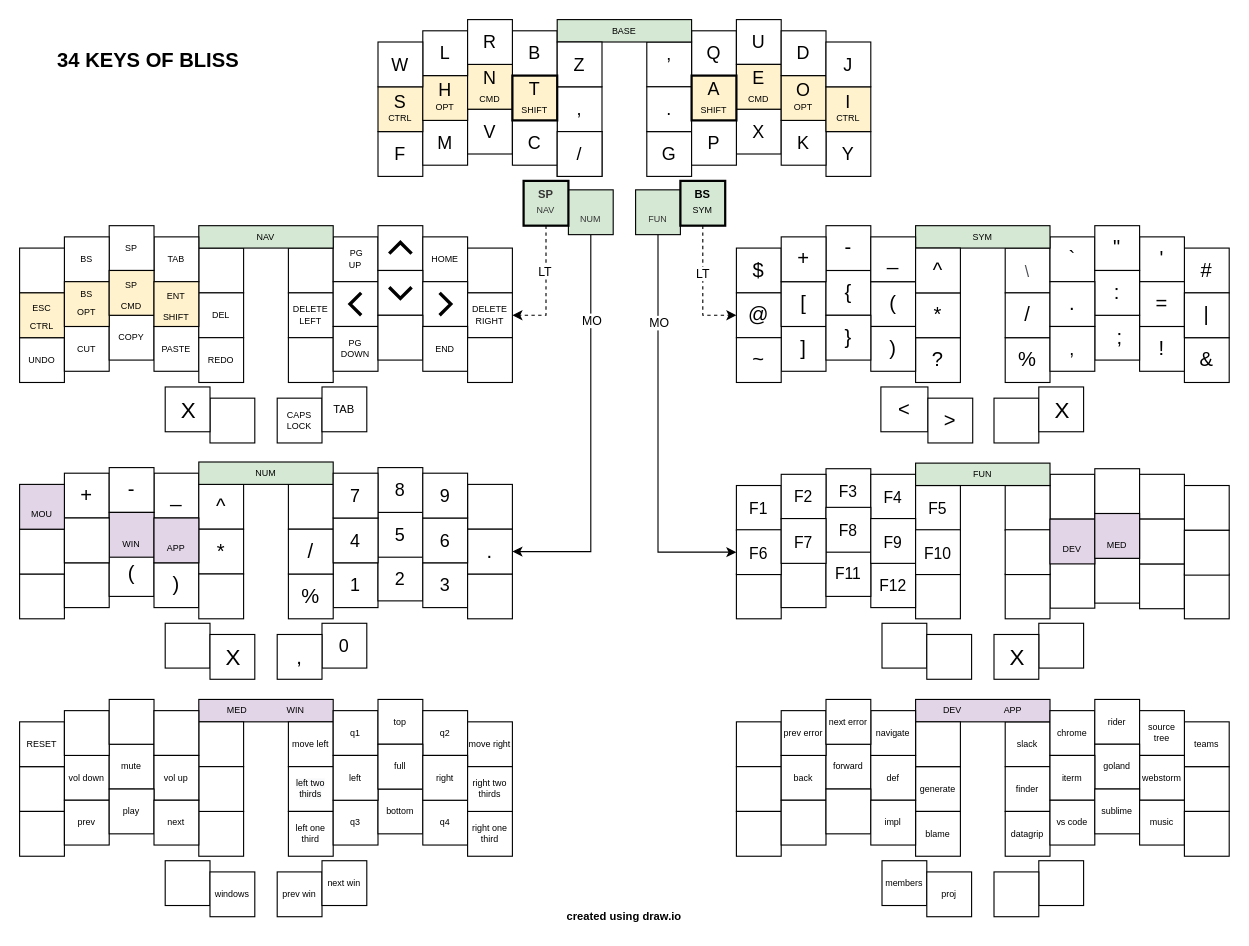
Earlier version of the draw.io diagram Layout.drawio (LaurensVanAcker/FerrisLayout). Source tidied: cells renumbered, new cells numbered last; positions are measured from the earlier drawing's top-left corner, leaving out a move shared by most shapes. Both pictures are drawn from the tidied source at 112%, with x=0, y=0 at pixel (19, 19).
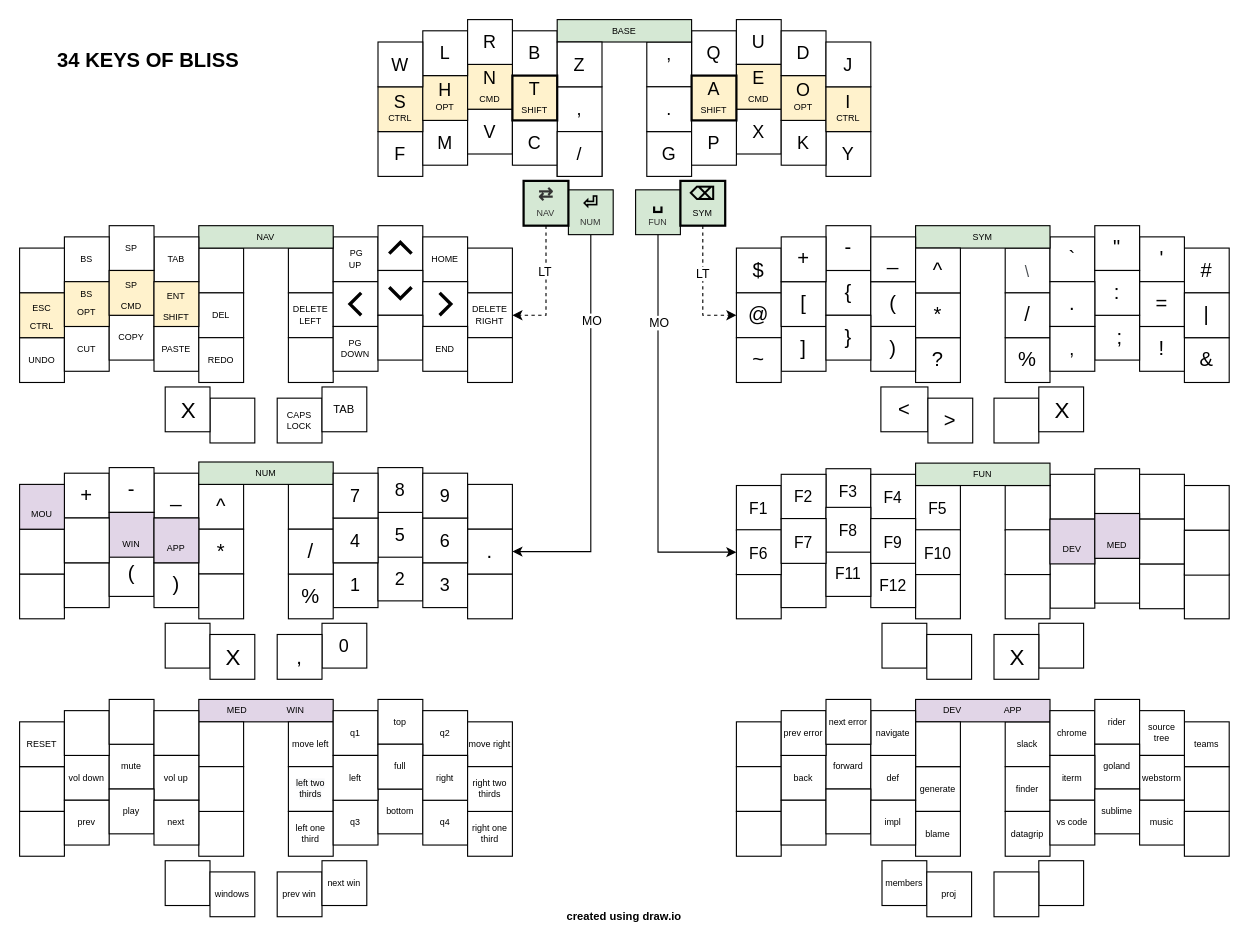
The same diagram, later.

Change to the diagram source:
```diff
@@
-    <mxCell id="245" value="&lt;span style=&quot;color: rgb(51 , 51 , 51)&quot;&gt;&lt;span style=&quot;font-size: 10px&quot;&gt;&amp;nbsp;&lt;/span&gt;&lt;br&gt;&lt;span style=&quot;font-weight: normal ; line-height: 200%&quot;&gt;NUM&lt;/span&gt;&lt;br&gt;&lt;/span&gt;" style="rounded=0;whiteSpace=wrap;html=1;fontSize=8;fillColor=#d5e8d4;fontStyle=1;shadow=0;sketch=0;strokeWidth=1;" parent="1" vertex="1">
+    <mxCell id="245" value="&lt;font style=&quot;font-size: 16px&quot;&gt;&lt;span&gt;⏎&lt;/span&gt;&lt;/font&gt;&lt;span style=&quot;color: rgb(51 , 51 , 51)&quot;&gt;&lt;span style=&quot;font-size: 10px&quot;&gt; &lt;/span&gt;&lt;br&gt;&lt;span style=&quot;font-weight: normal ; line-height: 200%&quot;&gt;NUM&lt;/span&gt;&lt;br&gt;&lt;/span&gt;" style="rounded=0;whiteSpace=wrap;html=1;fontSize=8;fillColor=#d5e8d4;fontStyle=1;shadow=0;sketch=0;strokeWidth=1;" parent="1" vertex="1">
       <mxGeometry x="490" y="152" width="40" height="40" as="geometry" />
     </mxCell>
@@
-    <mxCell id="248" value="&lt;span style=&quot;color: rgb(51 , 51 , 51)&quot;&gt;&lt;span style=&quot;font-size: 10px&quot;&gt;&amp;nbsp;&lt;/span&gt;&lt;br&gt;&lt;span style=&quot;font-weight: normal ; line-height: 200%&quot;&gt;FUN&lt;/span&gt;&lt;br&gt;&lt;/span&gt;" style="rounded=0;whiteSpace=wrap;html=1;fontSize=8;fillColor=#d5e8d4;fontStyle=1;shadow=0;sketch=0;strokeWidth=1;" parent="1" vertex="1">
+    <mxCell id="248" value="&lt;font style=&quot;font-size: 16px&quot;&gt;␣&lt;/font&gt;&lt;span style=&quot;color: rgb(51 , 51 , 51)&quot;&gt;&lt;span style=&quot;font-size: 10px&quot;&gt; &lt;/span&gt;&lt;br&gt;&lt;span style=&quot;font-weight: normal ; line-height: 200%&quot;&gt;FUN&lt;/span&gt;&lt;br&gt;&lt;/span&gt;" style="rounded=0;whiteSpace=wrap;html=1;fontSize=8;fillColor=#d5e8d4;fontStyle=1;shadow=0;sketch=0;strokeWidth=1;" parent="1" vertex="1">
       <mxGeometry x="550" y="152" width="40" height="40" as="geometry" />
     </mxCell>
@@
-    <mxCell id="250" value="&lt;span style=&quot;color: rgb(51 , 51 , 51)&quot;&gt;&lt;font style=&quot;font-size: 10px&quot;&gt;SP&lt;/font&gt;&lt;br&gt;&lt;span style=&quot;font-weight: normal ; line-height: 200%&quot;&gt;NAV&lt;/span&gt;&lt;br&gt;&lt;/span&gt;" style="rounded=0;whiteSpace=wrap;html=1;fontSize=8;fillColor=#d5e8d4;fontStyle=1;shadow=0;sketch=0;strokeWidth=2;" parent="1" vertex="1">
+    <mxCell id="250" value="&lt;span style=&quot;color: rgb(51 , 51 , 51)&quot;&gt;&lt;font style=&quot;font-size: 16px&quot;&gt;⇄&lt;/font&gt;&lt;br&gt;&lt;span style=&quot;font-weight: normal ; line-height: 200%&quot;&gt;NAV&lt;/span&gt;&lt;br&gt;&lt;/span&gt;" style="rounded=0;whiteSpace=wrap;html=1;fontSize=8;fillColor=#d5e8d4;fontStyle=1;shadow=0;sketch=0;strokeWidth=2;" parent="1" vertex="1">
       <mxGeometry x="450" y="144" width="40" height="40" as="geometry" />
     </mxCell>
-    <mxCell id="251" value="&lt;font style=&quot;font-size: 10px&quot;&gt;BS&lt;/font&gt;&lt;br&gt;&lt;span style=&quot;font-weight: normal ; line-height: 200%&quot;&gt;SYM&lt;/span&gt;" style="rounded=0;whiteSpace=wrap;html=1;fontSize=8;fillColor=#d5e8d4;fontStyle=1;shadow=0;sketch=0;strokeWidth=2;" parent="1" vertex="1">
+    <mxCell id="251" value="&lt;font size=&quot;1&quot;&gt;&lt;span style=&quot;font-size: 16px&quot;&gt;⌫&lt;/span&gt;&lt;/font&gt;&lt;br&gt;&lt;span style=&quot;font-weight: normal ; line-height: 200%&quot;&gt;SYM&lt;/span&gt;" style="rounded=0;whiteSpace=wrap;html=1;fontSize=8;fillColor=#d5e8d4;fontStyle=1;shadow=0;sketch=0;strokeWidth=2;" parent="1" vertex="1">
       <mxGeometry x="590" y="144" width="40" height="40" as="geometry" />
     </mxCell>
```
